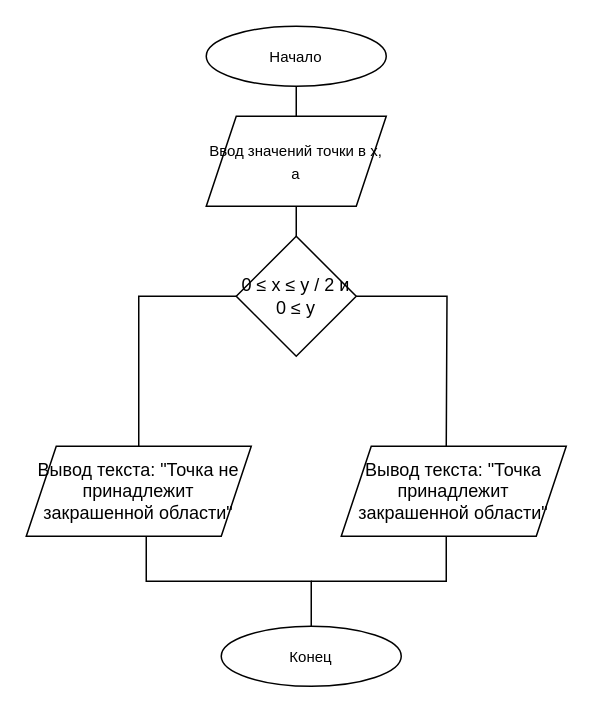
Above: third_task/Блок схема третьей задачи.drawio in konodop/Python_conditions (draw.io), before the change. Source tidied: cells renumbered, new cells numbered last; positions are measured from the earlier drawing's top-left corner, leaving out a move shared by most shapes. Both pictures are drawn from the tidied source at 150%, with x=0, y=0 at pixel (26, 26).
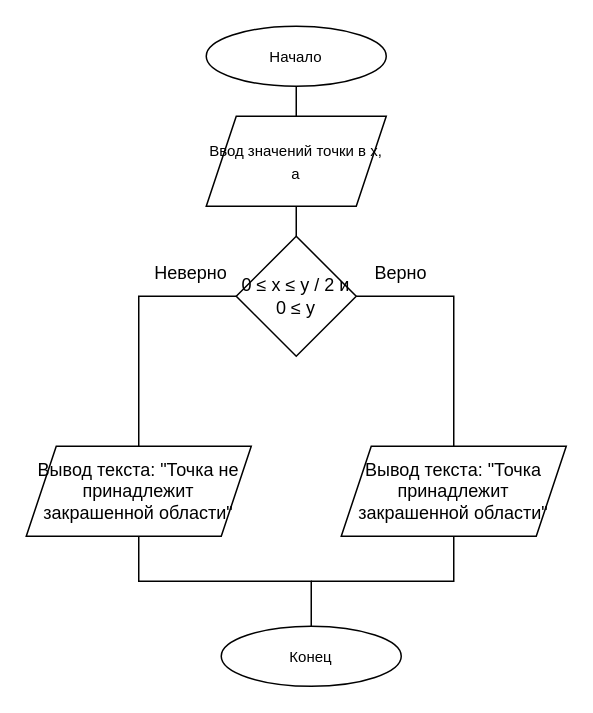
After the change.

Commit message (it also covers changes not shown here):
Изменения в блок схемах

1 и 3 задачи

Diff of the diagram source:
```diff
@@
 <mxGraphModel>
   <root>
     <mxCell id="0" />
     <mxCell id="1" parent="0" />
     <mxCell id="2" style="edgeStyle=orthogonalEdgeStyle;rounded=0;jettySize=auto;html=1;entryX=0.5;entryY=0;entryDx=0;entryDy=0;endArrow=none;endFill=0;" parent="1" edge="1" source="3" target="5">
       <mxGeometry relative="1" as="geometry" />
     </mxCell>
     <mxCell id="3" value="&lt;font style=&quot;font-size: 10px;&quot;&gt;Начало&lt;/font&gt;" style="ellipse;whiteSpace=wrap;html=1;shapeInside=1;" parent="1" vertex="1">
       <mxGeometry x="120" width="120" height="40" as="geometry" />
     </mxCell>
-    <mxCell id="4" style="edgeStyle=orthogonalEdgeStyle;rounded=0;jettySize=auto;html=1;endArrow=none;endFill=0;" parent="1" edge="1" source="5">
-      <mxGeometry relative="1" as="geometry">
-        <mxPoint x="180" y="160" as="targetPoint" />
-      </mxGeometry>
+    <mxCell id="4" style="edgeStyle=orthogonalEdgeStyle;rounded=0;jettySize=auto;html=1;endArrow=none;endFill=0;entryX=0.5;entryY=0;entryDx=0;entryDy=0;" parent="1" edge="1" source="5" target="6">
+      <mxGeometry relative="1" as="geometry" />
     </mxCell>
     <mxCell id="5" value="&lt;font style=&quot;font-size: 10px;&quot;&gt;Ввод значений точки в x, a&lt;/font&gt;" style="shape=parallelogram;perimeter=parallelogramPerimeter;whiteSpace=wrap;html=1;shapeInside=1;fixedSize=1;" parent="1" vertex="1">
       <mxGeometry x="120" y="60" width="120" height="60" as="geometry" />
     </mxCell>
     <mxCell id="6" value="0&amp;nbsp;≤ x&amp;nbsp;≤ y / 2 и 0&amp;nbsp;≤ y" style="rhombus;whiteSpace=wrap;html=1;shapeInside=1;fontSize=12;" parent="1" vertex="1">
       <mxGeometry x="140" y="140" width="80" height="80" as="geometry" />
     </mxCell>
     <mxCell id="7" style="edgeStyle=orthogonalEdgeStyle;rounded=0;jettySize=auto;html=1;endArrow=none;endFill=0;entryX=0.5;entryY=0;entryDx=0;entryDy=0;exitX=0.5;exitY=1;exitDx=0;exitDy=0;" parent="1" edge="1" source="13" target="9">
       <mxGeometry relative="1" as="geometry">
         <Array as="points">
-          <mxPoint x="80" y="340" />
-          <mxPoint x="80" y="370" />
+          <mxPoint x="75" y="370" />
           <mxPoint x="190" y="370" />
         </Array>
       </mxGeometry>
     </mxCell>
-    <mxCell id="8" style="edgeStyle=orthogonalEdgeStyle;rounded=0;orthogonalLoop=1;jettySize=auto;html=1;endArrow=none;endFill=0;" parent="1" edge="1">
+    <mxCell id="8" style="edgeStyle=orthogonalEdgeStyle;rounded=0;jettySize=auto;html=1;endArrow=none;endFill=0;exitX=0.5;exitY=1;exitDx=0;exitDy=0;" parent="1" edge="1" source="12">
       <mxGeometry relative="1" as="geometry">
-        <mxPoint x="280" y="340" as="sourcePoint" />
         <mxPoint x="190" y="370" as="targetPoint" />
         <Array as="points">
-          <mxPoint x="280" y="370" />
+          <mxPoint x="285" y="370" />
         </Array>
       </mxGeometry>
     </mxCell>
     <mxCell id="9" value="&lt;font style=&quot;font-size: 10px;&quot;&gt;Конец&lt;/font&gt;" style="ellipse;whiteSpace=wrap;html=1;shapeInside=1;" parent="1" vertex="1">
       <mxGeometry x="130" y="400" width="120" height="40" as="geometry" />
     </mxCell>
     <mxCell id="10" style="endArrow=none;html=1;rounded=0;exitX=0.5;exitY=0;exitDx=0;exitDy=0;entryX=0;entryY=0.5;entryDx=0;entryDy=0;edgeStyle=orthogonalEdgeStyle;" parent="1" edge="1" source="13" target="6">
       <mxGeometry relative="1" as="geometry" />
     </mxCell>
-    <mxCell id="11" style="endArrow=none;html=1;rounded=0;exitX=1;exitY=0.5;exitDx=0;exitDy=0;entryX=0.5;entryY=0;entryDx=0;entryDy=0;edgeStyle=orthogonalEdgeStyle;" parent="1" edge="1" source="6">
-      <mxGeometry relative="1" as="geometry">
-        <mxPoint x="280" y="280" as="targetPoint" />
-      </mxGeometry>
+    <mxCell id="11" style="endArrow=none;html=1;rounded=0;exitX=1;exitY=0.5;exitDx=0;exitDy=0;entryX=0.5;entryY=0;entryDx=0;entryDy=0;edgeStyle=orthogonalEdgeStyle;" parent="1" edge="1" source="6" target="12">
+      <mxGeometry relative="1" as="geometry" />
     </mxCell>
     <mxCell id="12" value="Вывод текста: &quot;Точка принадлежит закрашенной области&quot;" style="shape=parallelogram;perimeter=parallelogramPerimeter;whiteSpace=wrap;html=1;shapeInside=1;fixedSize=1;" parent="1" vertex="1">
       <mxGeometry x="210" y="280" width="150" height="60" as="geometry" />
     </mxCell>
     <mxCell id="13" value="Вывод текста: &quot;Точка не принадлежит закрашенной области&quot;" style="shape=parallelogram;perimeter=parallelogramPerimeter;whiteSpace=wrap;html=1;shapeInside=1;fixedSize=1;" parent="1" vertex="1">
       <mxGeometry y="280" width="150" height="60" as="geometry" />
     </mxCell>
+    <mxCell id="14" value="Неверно" style="text;html=1;whiteSpace=wrap;strokeColor=none;fillColor=none;align=center;verticalAlign=middle;rounded=0;" parent="1" vertex="1">
+      <mxGeometry x="80" y="150" width="60" height="30" as="geometry" />
+    </mxCell>
+    <mxCell id="15" value="Верно" style="text;html=1;whiteSpace=wrap;strokeColor=none;fillColor=none;align=center;verticalAlign=middle;rounded=0;" parent="1" vertex="1">
+      <mxGeometry x="220" y="150" width="60" height="30" as="geometry" />
+    </mxCell>
   </root>
 </mxGraphModel>
```
